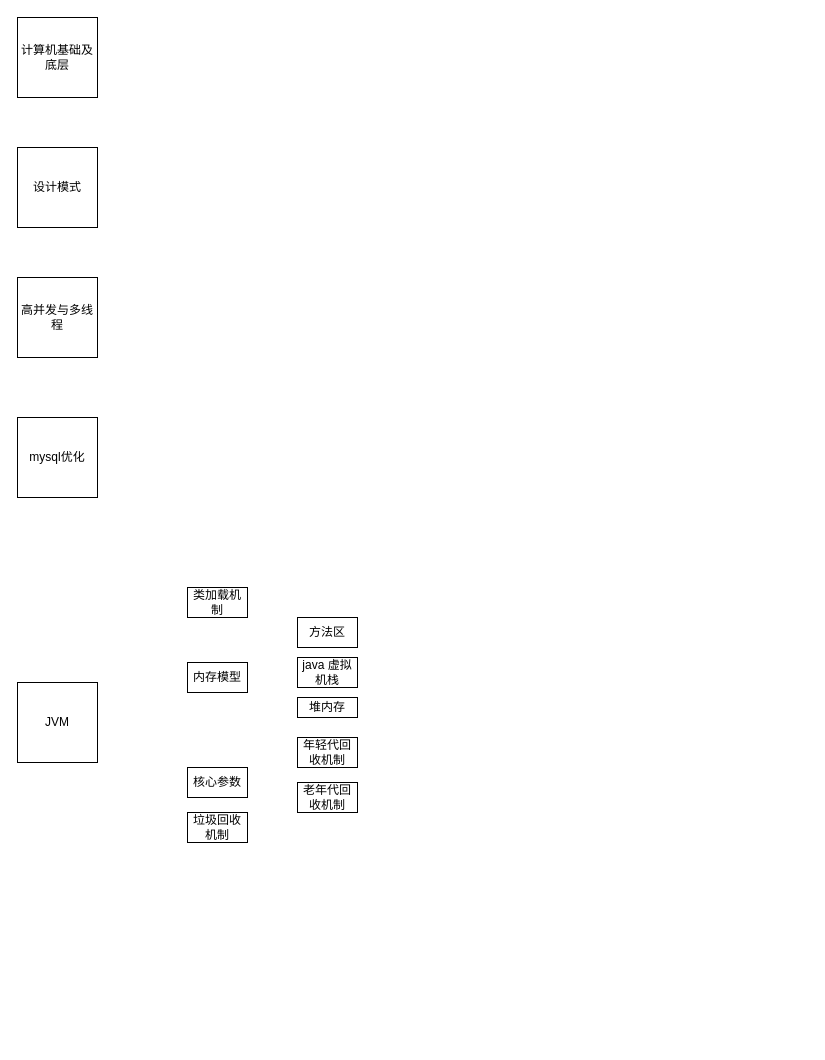
yuchunyi/test1 keeps this draw.io diagram as 提纲.drawio. Above is the earlier version. Source tidied: cells renumbered, new cells numbered last; positions are measured from the earlier drawing's top-left corner, leaving out a move shared by most shapes. Both pictures are drawn from the tidied source at 100%, with x=0, y=0 at pixel (17, 17).
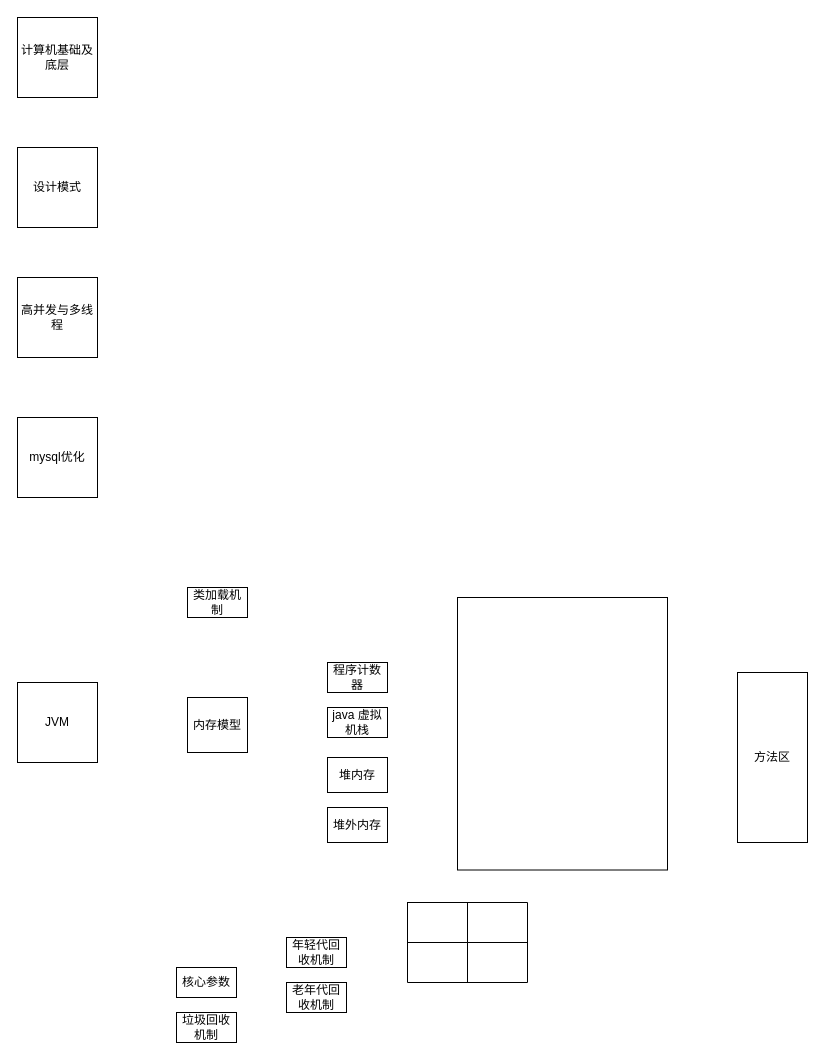
After the change.

What changed in the source:
```diff
@@
     <mxCell id="7" value="内存模型" style="rounded=0;whiteSpace=wrap;html=1;" parent="1" vertex="1">
-      <mxGeometry x="170" y="645" width="60" height="30" as="geometry" />
+      <mxGeometry x="170" y="680" width="60" height="55" as="geometry" />
     </mxCell>
     <mxCell id="8" value="核心参数" style="rounded=0;whiteSpace=wrap;html=1;" parent="1" vertex="1">
-      <mxGeometry x="170" y="750" width="60" height="30" as="geometry" />
+      <mxGeometry x="159" y="950" width="60" height="30" as="geometry" />
     </mxCell>
     <mxCell id="9" value="垃圾回收机制" style="rounded=0;whiteSpace=wrap;html=1;" parent="1" vertex="1">
-      <mxGeometry x="170" y="795" width="60" height="30" as="geometry" />
+      <mxGeometry x="159" y="995" width="60" height="30" as="geometry" />
     </mxCell>
     <mxCell id="10" value="年轻代回收机制" style="rounded=0;whiteSpace=wrap;html=1;" parent="1" vertex="1">
-      <mxGeometry x="280" y="720" width="60" height="30" as="geometry" />
+      <mxGeometry x="269" y="920" width="60" height="30" as="geometry" />
     </mxCell>
     <mxCell id="11" value="老年代回收机制" style="rounded=0;whiteSpace=wrap;html=1;" parent="1" vertex="1">
-      <mxGeometry x="280" y="765" width="60" height="30" as="geometry" />
+      <mxGeometry x="269" y="965" width="60" height="30" as="geometry" />
     </mxCell>
     <mxCell id="12" value="方法区" style="rounded=0;whiteSpace=wrap;html=1;" parent="1" vertex="1">
-      <mxGeometry x="280" y="600" width="60" height="30" as="geometry" />
+      <mxGeometry x="720" y="655" width="70" height="170" as="geometry" />
     </mxCell>
     <mxCell id="13" value="堆内存" style="rounded=0;whiteSpace=wrap;html=1;" parent="1" vertex="1">
-      <mxGeometry x="280" y="680" width="60" height="20" as="geometry" />
+      <mxGeometry x="310" y="740" width="60" height="35" as="geometry" />
     </mxCell>
     <mxCell id="14" value="java 虚拟机栈" style="rounded=0;whiteSpace=wrap;html=1;" parent="1" vertex="1">
-      <mxGeometry x="280" y="640" width="60" height="30" as="geometry" />
+      <mxGeometry x="310" y="690" width="60" height="30" as="geometry" />
     </mxCell>
@@
+    <mxCell id="16" value="堆外内存" style="rounded=0;whiteSpace=wrap;html=1;" parent="1" vertex="1">
+      <mxGeometry x="310" y="790" width="60" height="35" as="geometry" />
+    </mxCell>
+    <mxCell id="17" value="程序计数器" style="rounded=0;whiteSpace=wrap;html=1;" parent="1" vertex="1">
+      <mxGeometry x="310" y="645" width="60" height="30" as="geometry" />
+    </mxCell>
+    <mxCell id="18" style="rounded=0;whiteSpace=wrap;html=1;fillColor=none;" parent="1" vertex="1">
+      <mxGeometry x="440" y="580" width="210" height="272.5" as="geometry" />
+    </mxCell>
+    <mxCell id="19" style="shape=table;html=1;whiteSpace=wrap;startSize=0;childLayout=tableLayout;" parent="1" vertex="1">
+      <mxGeometry x="390" y="885" width="120" height="80" as="geometry" />
+    </mxCell>
+    <mxCell id="20" style="shape=partialRectangle;html=1;whiteSpace=wrap;fillColor=none;top=0;left=0;bottom=0;right=0;shadow=1;" parent="19" vertex="1">
+      <mxGeometry width="120" height="40" as="geometry" />
+    </mxCell>
+    <mxCell id="21" style="shape=partialRectangle;html=1;whiteSpace=wrap;overflow=hidden;fillColor=none;top=0;left=0;bottom=0;right=0;noLabel=0;" parent="20" vertex="1">
+      <mxGeometry width="60" height="40" as="geometry" />
+    </mxCell>
+    <mxCell id="22" style="shape=partialRectangle;html=1;whiteSpace=wrap;overflow=hidden;fillColor=none;top=0;left=0;bottom=0;right=0;noLabel=0;" parent="20" vertex="1">
+      <mxGeometry x="60" width="60" height="40" as="geometry" />
+    </mxCell>
+    <mxCell id="23" style="shape=partialRectangle;html=1;whiteSpace=wrap;fillColor=none;top=0;left=0;bottom=0;right=0;" parent="19" vertex="1">
+      <mxGeometry y="40" width="120" height="40" as="geometry" />
+    </mxCell>
+    <mxCell id="24" style="shape=partialRectangle;html=1;whiteSpace=wrap;overflow=hidden;fillColor=none;top=0;left=0;bottom=0;right=0;" parent="23" vertex="1">
+      <mxGeometry width="60" height="40" as="geometry" />
+    </mxCell>
+    <mxCell id="25" style="shape=partialRectangle;html=1;whiteSpace=wrap;overflow=hidden;fillColor=none;top=0;left=0;bottom=0;right=0;" parent="23" vertex="1">
+      <mxGeometry x="60" width="60" height="40" as="geometry" />
+    </mxCell>
```
